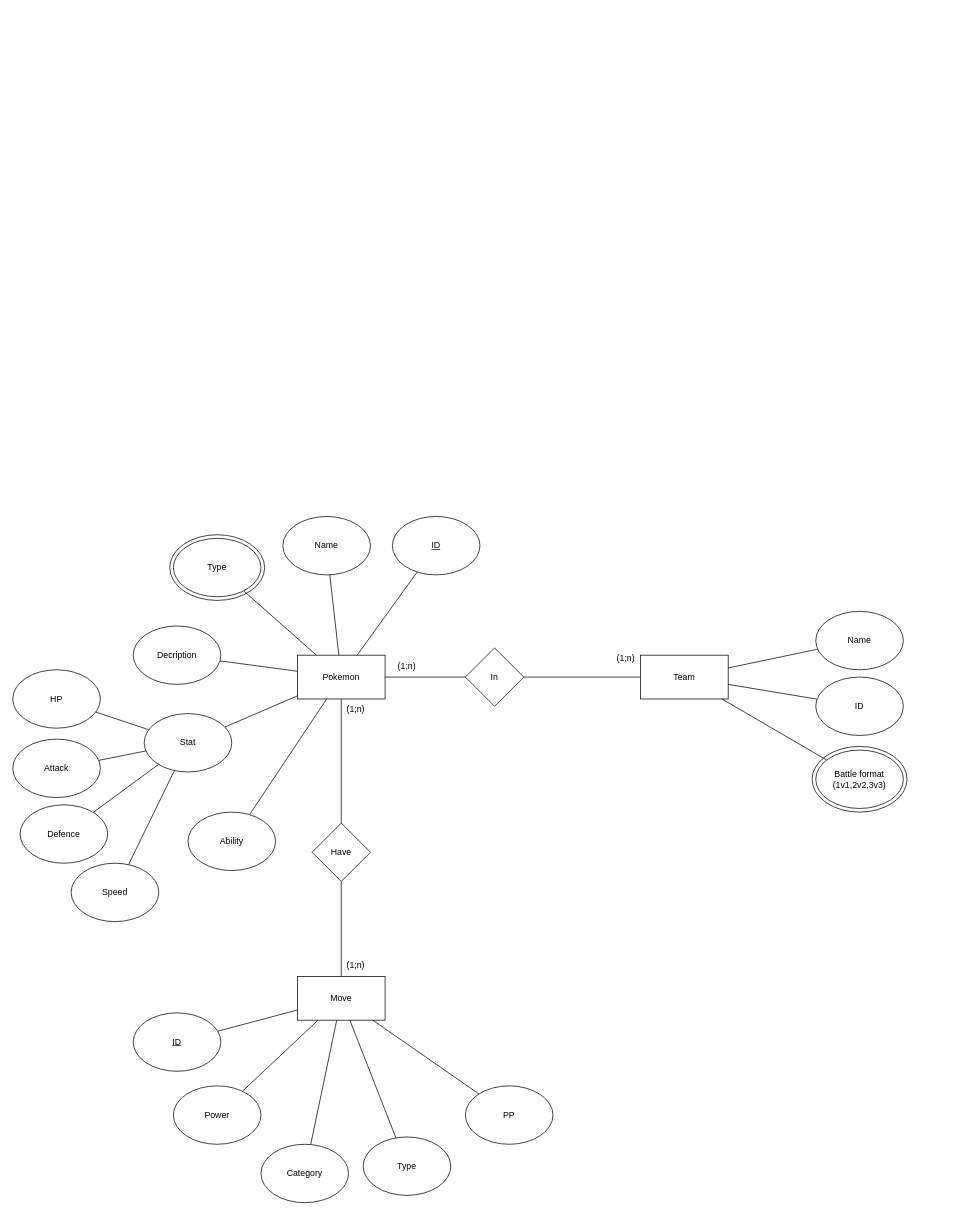
Above: ERD.drawio in Keny7503/draw.io (draw.io), before the change. Source tidied: cells renumbered, new cells numbered last; positions are measured from the earlier drawing's top-left corner, leaving out a move shared by most shapes. Both pictures are drawn from the tidied source at 73%, with x=0, y=0 at pixel (12, 516).
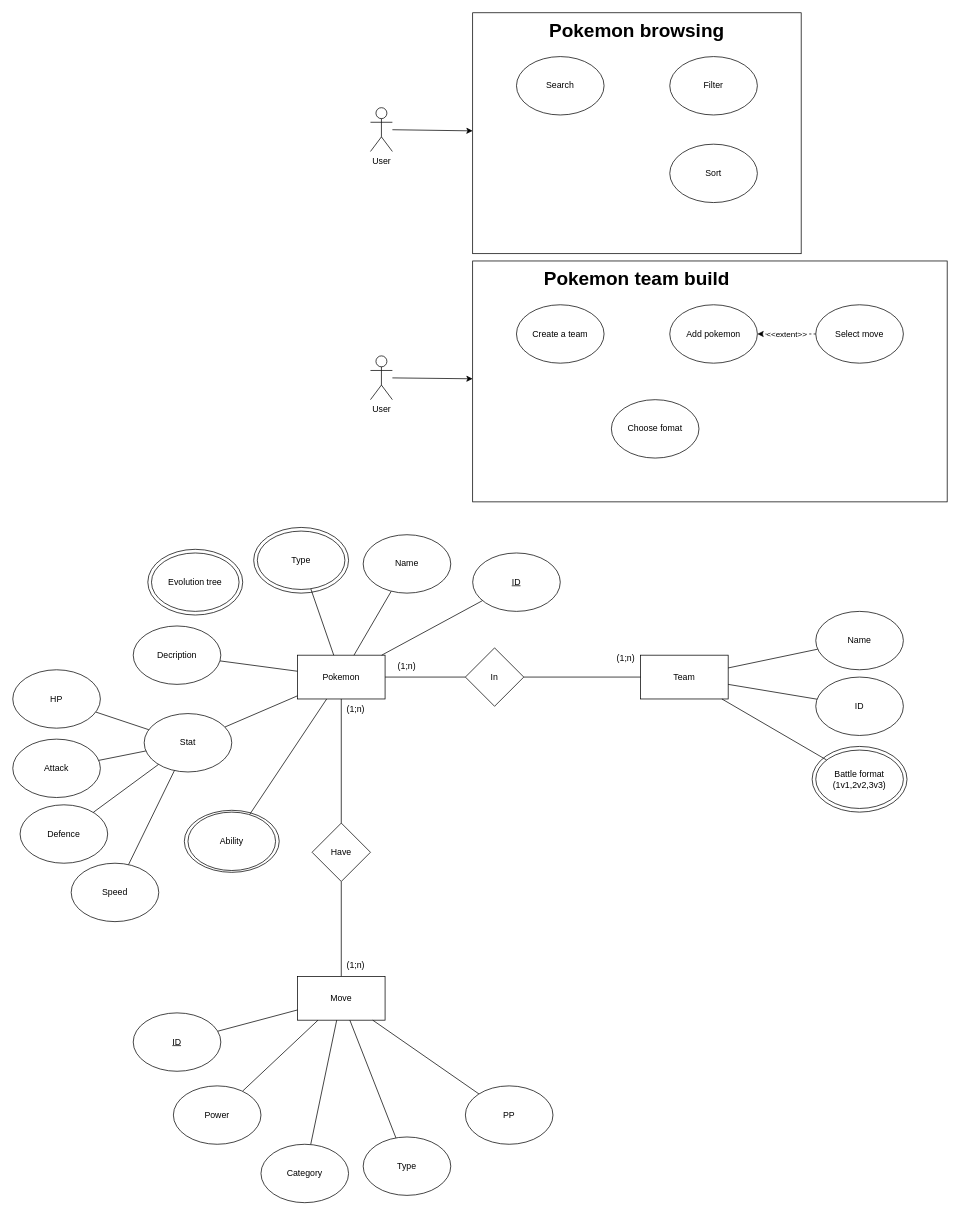
After the change.

What changed in the source:
```diff
@@
+    <mxCell id="53" style="ellipse;whiteSpace=wrap;html=1;" parent="1" vertex="1">
+      <mxGeometry x="185" y="45" width="130" height="90" as="geometry" />
+    </mxCell>
+    <mxCell id="54" style="ellipse;whiteSpace=wrap;html=1;" parent="1" vertex="1">
+      <mxGeometry x="235" y="402.5" width="130" height="85" as="geometry" />
+    </mxCell>
     <mxCell id="2" style="ellipse;whiteSpace=wrap;html=1;" parent="1" vertex="1">
-      <mxGeometry x="215" y="25" width="130" height="90" as="geometry" />
+      <mxGeometry x="330" y="15" width="130" height="90" as="geometry" />
     </mxCell>
@@
     <mxCell id="8" value="Name" style="ellipse;whiteSpace=wrap;html=1;" parent="1" vertex="1">
-      <mxGeometry x="370" width="120" height="80" as="geometry" />
+      <mxGeometry x="480" y="25" width="120" height="80" as="geometry" />
     </mxCell>
@@
     <mxCell id="10" value="Type" style="ellipse;whiteSpace=wrap;html=1;" parent="1" vertex="1">
-      <mxGeometry x="220" y="30" width="120" height="80" as="geometry" />
+      <mxGeometry x="335" y="20" width="120" height="80" as="geometry" />
     </mxCell>
@@
     <mxCell id="14" value="&lt;u&gt;ID&lt;/u&gt;" style="ellipse;whiteSpace=wrap;html=1;" parent="1" vertex="1">
-      <mxGeometry x="520" width="120" height="80" as="geometry" />
+      <mxGeometry x="630" y="50" width="120" height="80" as="geometry" />
     </mxCell>
@@
+    <mxCell id="55" style="rounded=0;whiteSpace=wrap;html=1;" parent="1" vertex="1">
+      <mxGeometry x="630" y="-690" width="450" height="330" as="geometry" />
+    </mxCell>
+    <mxCell id="56" style="rounded=0;jettySize=auto;html=1;" parent="1" edge="1" source="57" target="55">
+      <mxGeometry relative="1" as="geometry" />
+    </mxCell>
+    <mxCell id="57" value="User" style="shape=umlActor;verticalLabelPosition=bottom;verticalAlign=top;html=1;outlineConnect=0;" parent="1" vertex="1">
+      <mxGeometry x="490" y="-560" width="30" height="60" as="geometry" />
+    </mxCell>
+    <mxCell id="58" value="&lt;font style=&quot;font-size: 26px;&quot;&gt;&lt;b&gt;&lt;font style=&quot;font-size: 26px;&quot;&gt;Pokemon&lt;/font&gt;&lt;/b&gt;&lt;span&gt;&lt;/span&gt; &lt;b&gt;&lt;font style=&quot;font-size: 26px;&quot;&gt;browsing&lt;/font&gt;&lt;/b&gt;&lt;/font&gt;" style="text;html=1;strokeColor=none;fillColor=none;align=center;verticalAlign=middle;whiteSpace=wrap;rounded=0;" parent="1" vertex="1">
+      <mxGeometry x="715" y="-680" width="280" height="30" as="geometry" />
+    </mxCell>
+    <mxCell id="59" value="Search" style="ellipse;whiteSpace=wrap;html=1;" parent="1" vertex="1">
+      <mxGeometry x="690" y="-630" width="120" height="80" as="geometry" />
+    </mxCell>
+    <mxCell id="60" value="Filter" style="ellipse;whiteSpace=wrap;html=1;" parent="1" vertex="1">
+      <mxGeometry x="900" y="-630" width="120" height="80" as="geometry" />
+    </mxCell>
+    <mxCell id="61" value="Sort" style="ellipse;whiteSpace=wrap;html=1;" parent="1" vertex="1">
+      <mxGeometry x="900" y="-510" width="120" height="80" as="geometry" />
+    </mxCell>
+    <mxCell id="62" style="rounded=0;whiteSpace=wrap;html=1;" parent="1" vertex="1">
+      <mxGeometry x="630" y="-350" width="650" height="330" as="geometry" />
+    </mxCell>
+    <mxCell id="63" style="rounded=0;jettySize=auto;html=1;" parent="1" edge="1" source="64" target="62">
+      <mxGeometry relative="1" as="geometry" />
+    </mxCell>
+    <mxCell id="64" value="User" style="shape=umlActor;verticalLabelPosition=bottom;verticalAlign=top;html=1;outlineConnect=0;" parent="1" vertex="1">
+      <mxGeometry x="490" y="-220" width="30" height="60" as="geometry" />
+    </mxCell>
+    <mxCell id="65" value="&lt;font style=&quot;font-size: 26px;&quot;&gt;&lt;b&gt;&lt;font style=&quot;font-size: 26px;&quot;&gt;Pokemon&lt;/font&gt;&lt;/b&gt;&lt;span&gt;&lt;/span&gt; &lt;b&gt;team build&lt;br&gt;&lt;/b&gt;&lt;/font&gt;" style="text;html=1;strokeColor=none;fillColor=none;align=center;verticalAlign=middle;whiteSpace=wrap;rounded=0;" parent="1" vertex="1">
+      <mxGeometry x="715" y="-340" width="280" height="30" as="geometry" />
+    </mxCell>
+    <mxCell id="66" value="Create a team" style="ellipse;whiteSpace=wrap;html=1;" parent="1" vertex="1">
+      <mxGeometry x="690" y="-290" width="120" height="80" as="geometry" />
+    </mxCell>
+    <mxCell id="67" value="Add pokemon" style="ellipse;whiteSpace=wrap;html=1;" parent="1" vertex="1">
+      <mxGeometry x="900" y="-290" width="120" height="80" as="geometry" />
+    </mxCell>
+    <mxCell id="68" value="Choose fomat" style="ellipse;whiteSpace=wrap;html=1;" parent="1" vertex="1">
+      <mxGeometry x="820" y="-160" width="120" height="80" as="geometry" />
+    </mxCell>
+    <mxCell id="69" value="&amp;lt;&amp;lt;extent&amp;gt;&amp;gt;" style="edgeStyle=orthogonalEdgeStyle;rounded=0;jettySize=auto;html=1;dashed=1;" parent="1" edge="1" source="70" target="67">
+      <mxGeometry relative="1" as="geometry" />
+    </mxCell>
+    <mxCell id="70" value="Select move" style="ellipse;whiteSpace=wrap;html=1;" parent="1" vertex="1">
+      <mxGeometry x="1100" y="-290" width="120" height="80" as="geometry" />
+    </mxCell>
+    <mxCell id="71" value="Evolution tree" style="ellipse;whiteSpace=wrap;html=1;" parent="1" vertex="1">
+      <mxGeometry x="190" y="50" width="120" height="80" as="geometry" />
+    </mxCell>
```
